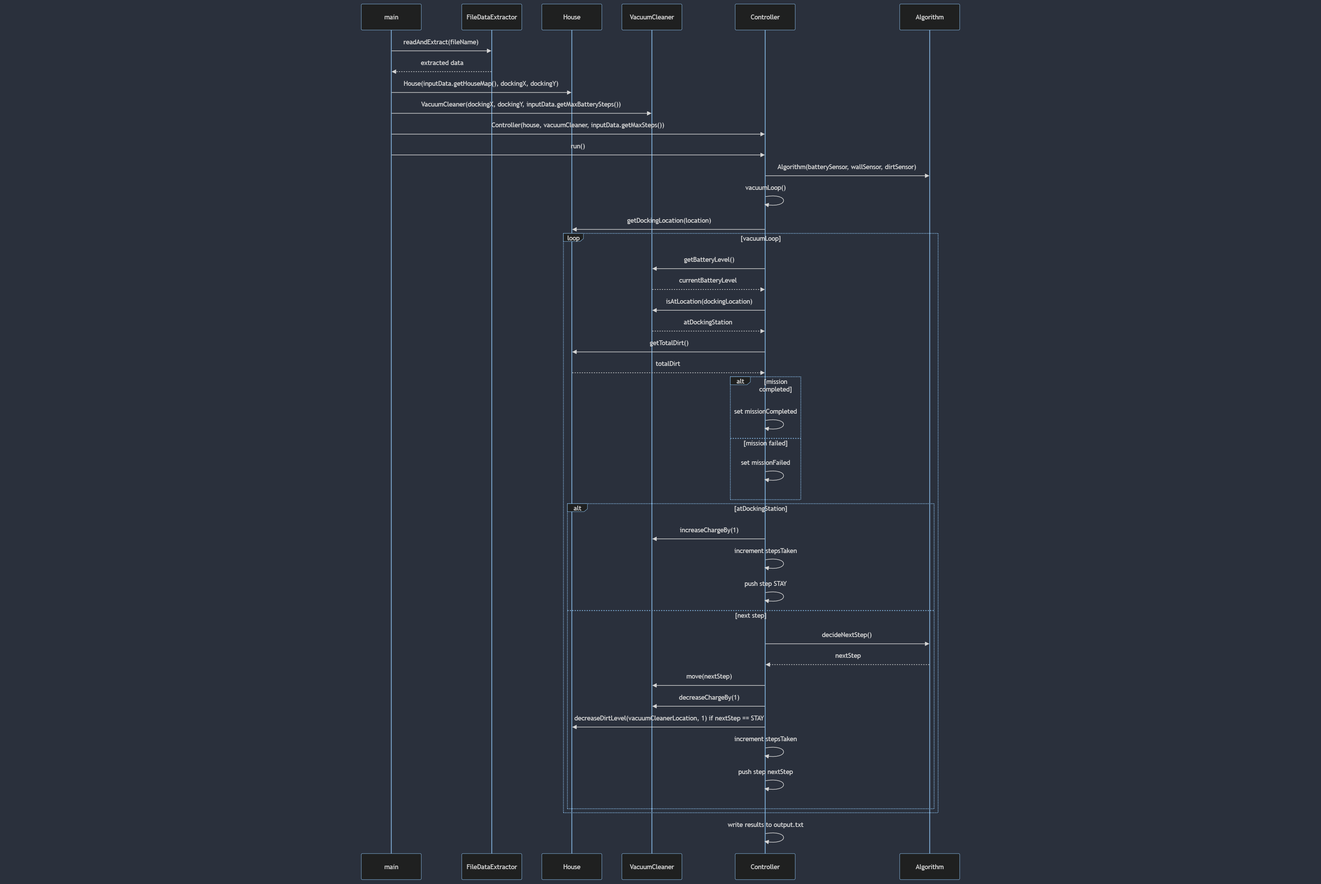
AmitRockBear/Advanced_Topics_In_Programming_hw1 keeps this Mermaid diagram as mermaid/sequenceDiagram.png. Above is the earlier version. Its source is kept beside it as mermaid/sequenceDiagram.mmd.
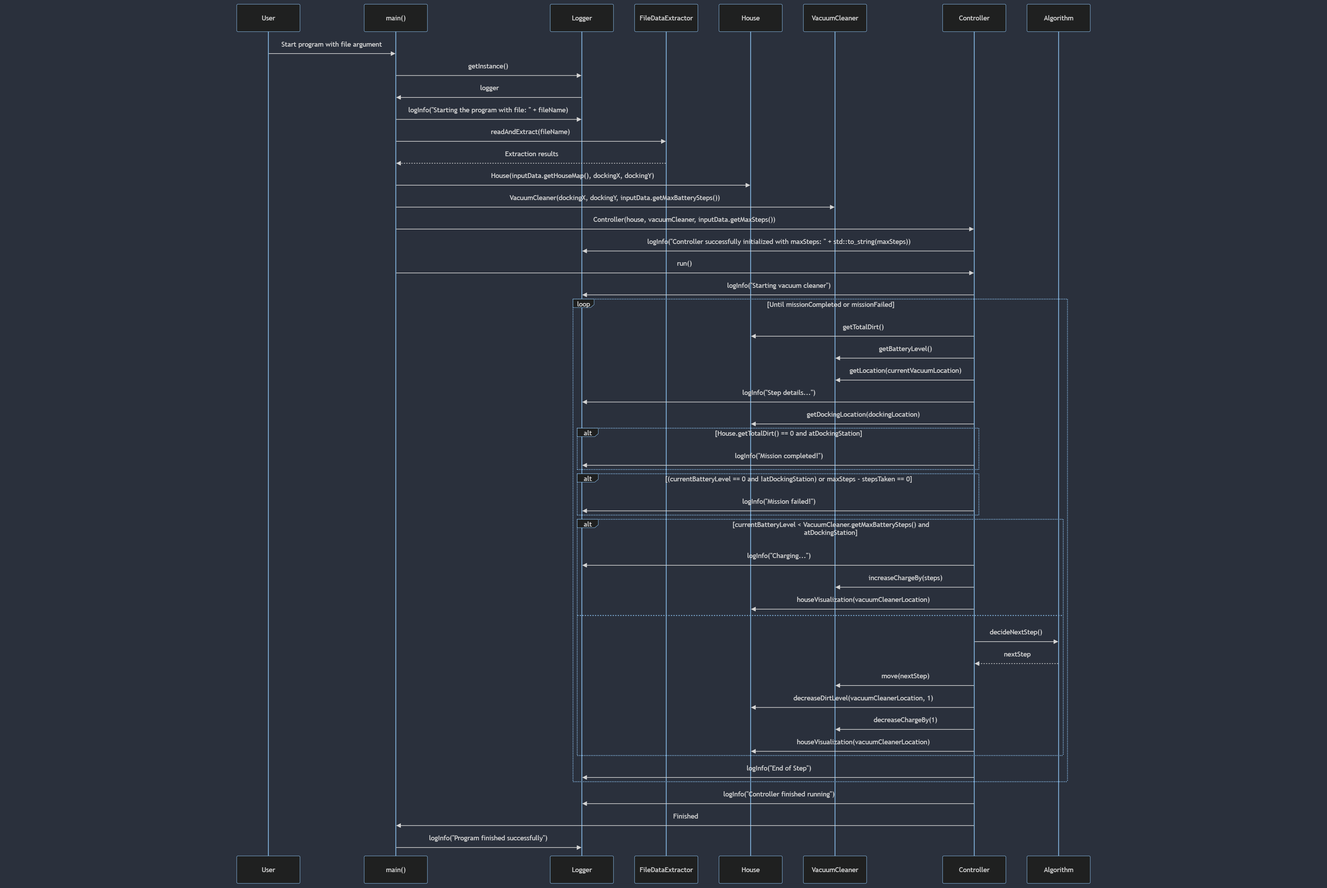
The same file after the commit.

Change to the diagram source:
```diff
@@ -1,45 +1,53 @@
 sequenceDiagram
-    participant main
-    participant FileDataExtractor
-    participant House
-    participant VacuumCleaner
-    participant Controller
-    participant Algorithm
+    participant User
+    participant Main as main()
+    participant Logger as Logger
+    participant FileDataExtractor as FileDataExtractor
+    participant House as House
+    participant VacuumCleaner as VacuumCleaner
+    participant Controller as Controller
 
-    main->>FileDataExtractor: readAndExtract(fileName)
-    FileDataExtractor-->>main: extracted data
-    main->>House: House(inputData.getHouseMap(), dockingX, dockingY)
-    main->>VacuumCleaner: VacuumCleaner(dockingX, dockingY, inputData.getMaxBatterySteps())
-    main->>Controller: Controller(house, vacuumCleaner, inputData.getMaxSteps())
-    main->>Controller: run()
+    User ->> Main: Start program with file argument
+    Main ->> Logger: getInstance()
+    Logger ->> Main: logger
+    Main ->> Logger: logInfo("Starting the program with file: " + fileName)
+    Main ->> FileDataExtractor: readAndExtract(fileName)
+    FileDataExtractor -->> Main: Extraction results
 
-    Controller->>Algorithm: Algorithm(batterySensor, wallSensor, dirtSensor)
-    Controller->>Controller: vacuumLoop()
-    Controller->>House: getDockingLocation(location)
-    loop vacuumLoop
-        Controller->>VacuumCleaner: getBatteryLevel()
-        VacuumCleaner-->>Controller: currentBatteryLevel
-        Controller->>VacuumCleaner: isAtLocation(dockingLocation)
-        VacuumCleaner-->>Controller: atDockingStation
-        Controller->>House: getTotalDirt()
-        House-->>Controller: totalDirt
-        alt mission completed
-            Controller->>Controller: set missionCompleted
-        else mission failed
-            Controller->>Controller: set missionFailed
+    Main ->> House: House(inputData.getHouseMap(), dockingX, dockingY)
+    Main ->> VacuumCleaner: VacuumCleaner(dockingX, dockingY, inputData.getMaxBatterySteps())
+    Main ->> Controller: Controller(house, vacuumCleaner, inputData.getMaxSteps())
+
+    Controller ->> Logger: logInfo("Controller successfully initialized with maxSteps: " + std::to_string(maxSteps))
+    Main ->> Controller: run()
+    Controller ->> Logger: logInfo("Starting vacuum cleaner")
+
+    loop Until missionCompleted or missionFailed
+        Controller ->> House: getTotalDirt()
+        Controller ->> VacuumCleaner: getBatteryLevel()
+        Controller ->> VacuumCleaner: getLocation(currentVacuumLocation)
+        Controller ->> Logger: logInfo("Step details...")
+        Controller ->> House: getDockingLocation(dockingLocation)
+        alt House.getTotalDirt() == 0 and atDockingStation
+            Controller ->> Logger: logInfo("Mission completed!")
         end
-        alt atDockingStation
-            Controller->>VacuumCleaner: increaseChargeBy(1)
-            Controller->>Controller: increment stepsTaken
-            Controller->>Controller: push step STAY
-        else next step
-            Controller->>Algorithm: decideNextStep()
-            Algorithm-->>Controller: nextStep
-            Controller->>VacuumCleaner: move(nextStep)
-            Controller->>VacuumCleaner: decreaseChargeBy(1)
-            Controller->>House: decreaseDirtLevel(vacuumCleanerLocation, 1) if nextStep == STAY
-            Controller->>Controller: increment stepsTaken
-            Controller->>Controller: push step nextStep
+        alt (currentBatteryLevel == 0 and !atDockingStation) or maxSteps - stepsTaken == 0
+            Controller ->> Logger: logInfo("Mission failed!")
         end
+        alt currentBatteryLevel < VacuumCleaner.getMaxBatterySteps() and atDockingStation
+            Controller ->> Logger: logInfo("Charging...")
+            Controller ->> VacuumCleaner: increaseChargeBy(steps)
+            Controller ->> House: houseVisualization(vacuumCleanerLocation)
+        else
+            Controller ->> Algorithm: decideNextStep()
+            Algorithm -->> Controller: nextStep
+            Controller ->> VacuumCleaner: move(nextStep)
+            Controller ->> House: decreaseDirtLevel(vacuumCleanerLocation, 1)
+            Controller ->> VacuumCleaner: decreaseChargeBy(1)
+            Controller ->> House: houseVisualization(vacuumCleanerLocation)
+        end
+        Controller ->> Logger: logInfo("End of Step")
     end
-    Controller->>Controller: write results to output.txt
+    Controller ->> Logger: logInfo("Controller finished running")
+    Controller ->> Main: Finished
+    Main ->> Logger: logInfo("Program finished successfully")
```
